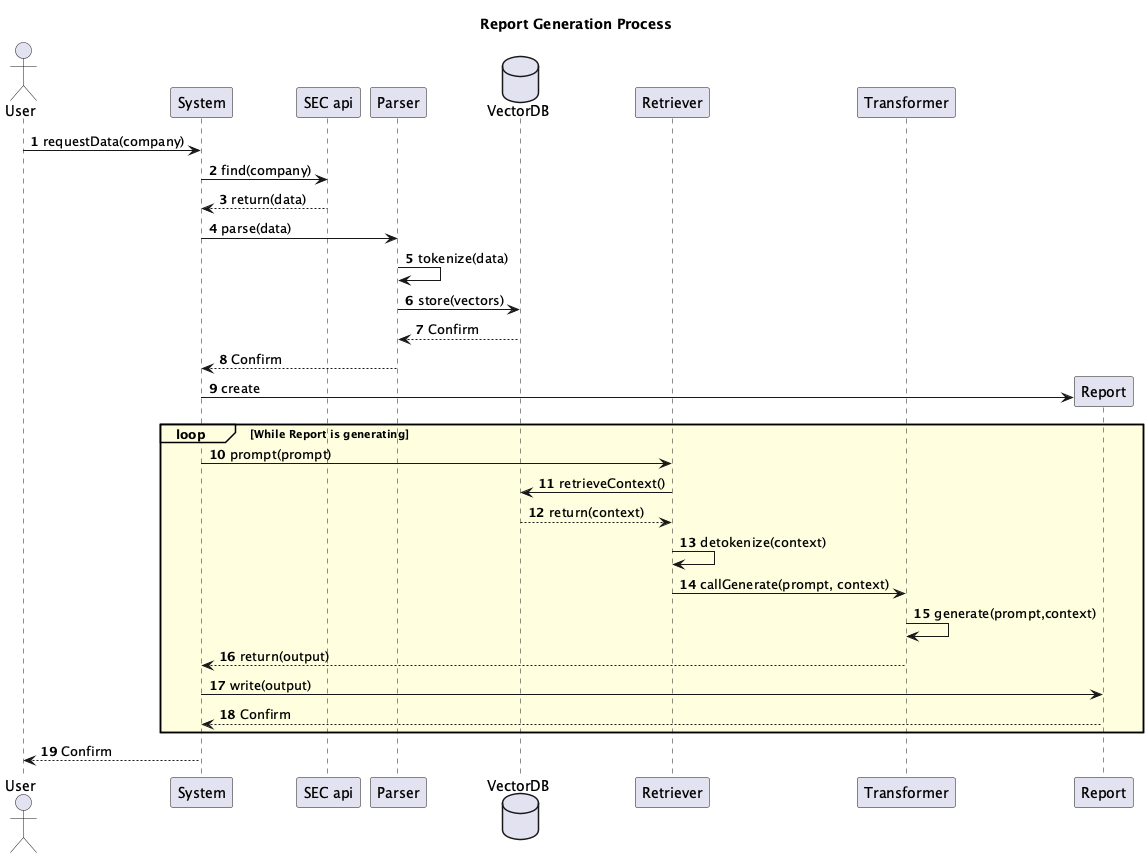
Before: img/uml-sequence-generate-report.png, a diagram exported from PlantUML (anthony-boileau/Team-28-Polyfinance-datathon-2024).
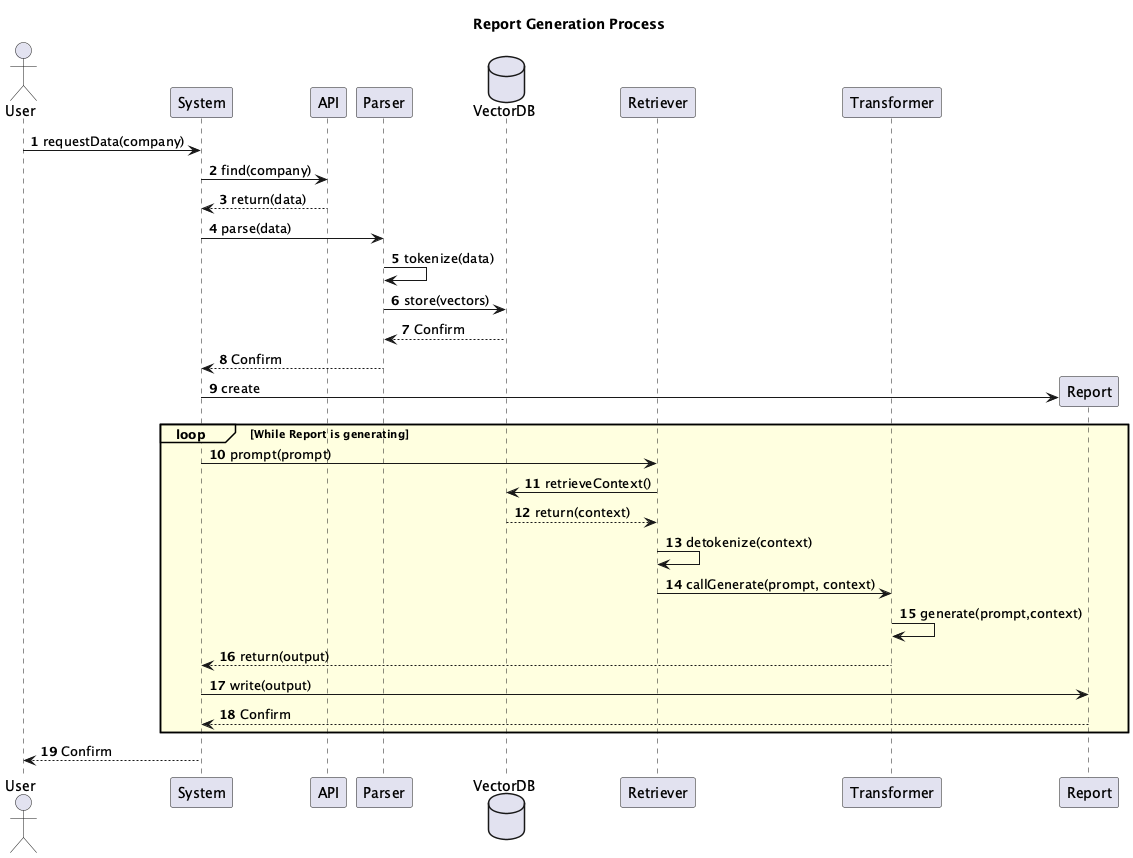
Later version of the same file.

Diff of the diagram source:
```diff
@@ -1,7 +1,7 @@
 @startuml
 actor User
 participant System
-participant "SEC api" as SECAPI
+participant API as API
 participant Parser
 database "VectorDB" as DB
 participant Retriever
@@ -13,8 +13,8 @@
 title Report Generation Process
 
 User -> System : requestData(company)
-System -> SECAPI: find(company)
-SECAPI --> System: return(data)
+System -> API: find(company)
+API --> System: return(data)
 System -> Parser: parse(data)
 Parser -> Parser: tokenize(data)
 Parser -> DB: store(vectors)
```
